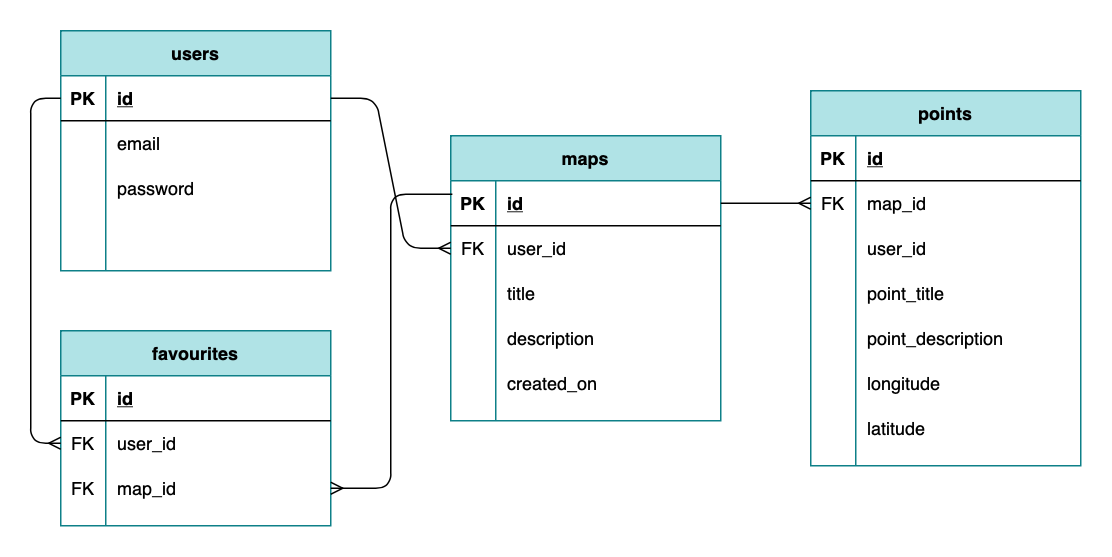
The draw.io diagram plan/wikimap_erd.png in brodybayley/wikimap, before a commit. Source tidied: cells renumbered, new cells last; positions are measured from the earlier drawing's top-left corner, leaving out a move shared by most shapes.
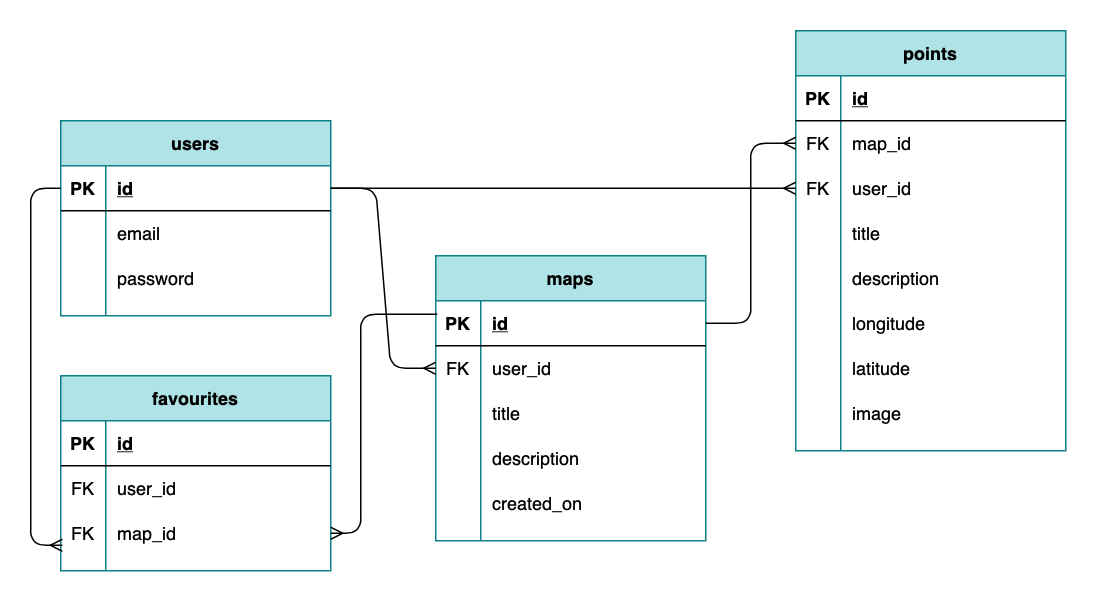
The same file after the commit.

Commit message:
Update erd with image and foreign key

The edit, as a diff of the source:
```diff
@@ -3,10 +3,10 @@
     <mxCell id="0" />
     <mxCell id="1" parent="0" />
     <mxCell id="2" style="rounded=0;whiteSpace=wrap;html=1;strokeColor=none;" parent="1" vertex="1">
-      <mxGeometry width="740" height="370" as="geometry" />
+      <mxGeometry y="-190" width="740" height="400" as="geometry" />
     </mxCell>
     <mxCell id="3" value="users" style="shape=table;startSize=30;rowLines=0;fontStyle=1;align=center;fillColor=#b0e3e6;strokeColor=#0e8088;" parent="1" vertex="1">
-      <mxGeometry x="40" y="20" width="180" height="160" as="geometry" />
+      <mxGeometry x="40" y="-110" width="180" height="130" as="geometry" />
     </mxCell>
     <mxCell id="4" style="shape=partialRectangle;fillColor=none;top=0;left=0;bottom=1;right=0;points=[[0,0.5],[1,0.5]];portConstraint=eastwest;" parent="3" vertex="1">
       <mxGeometry y="30" width="180" height="30" as="geometry" />
@@ -35,17 +35,8 @@
     <mxCell id="12" value="password" style="shape=partialRectangle;fillColor=none;top=0;left=0;bottom=0;right=0;align=left;spacingLeft=6;overflow=hidden;" parent="10" vertex="1">
       <mxGeometry x="30" width="150" height="30" as="geometry" />
     </mxCell>
-    <mxCell id="13" style="shape=partialRectangle;fillColor=none;top=0;left=0;bottom=0;right=0;" parent="3" vertex="1">
-      <mxGeometry y="120" width="180" height="30" as="geometry" />
-    </mxCell>
-    <mxCell id="14" style="shape=partialRectangle;fillColor=none;top=0;left=0;bottom=0;right=0;overflow=hidden;" parent="13" vertex="1">
-      <mxGeometry width="30" height="30" as="geometry" />
-    </mxCell>
-    <mxCell id="15" style="shape=partialRectangle;fillColor=none;top=0;left=0;bottom=0;right=0;align=left;spacingLeft=6;overflow=hidden;" parent="13" vertex="1">
-      <mxGeometry x="30" width="150" height="30" as="geometry" />
-    </mxCell>
     <mxCell id="16" value="maps" style="shape=table;startSize=30;rowLines=0;fontStyle=1;align=center;fillColor=#b0e3e6;strokeColor=#0e8088;" parent="1" vertex="1">
-      <mxGeometry x="300" y="90" width="180" height="190" as="geometry" />
+      <mxGeometry x="290" y="-20" width="180" height="190" as="geometry" />
     </mxCell>
     <mxCell id="17" style="shape=partialRectangle;fillColor=none;top=0;left=0;bottom=1;right=0;points=[[0,0.5],[1,0.5]];portConstraint=eastwest;" parent="16" vertex="1">
       <mxGeometry y="30" width="180" height="30" as="geometry" />
@@ -93,7 +84,7 @@
       <mxGeometry x="30" width="150" height="30" as="geometry" />
     </mxCell>
     <mxCell id="32" value="points" style="shape=table;startSize=30;rowLines=0;fontStyle=1;align=center;fillColor=#b0e3e6;strokeColor=#0e8088;" parent="1" vertex="1">
-      <mxGeometry x="540" y="60" width="180" height="250" as="geometry" />
+      <mxGeometry x="530" y="-170" width="180" height="280" as="geometry" />
     </mxCell>
     <mxCell id="33" style="shape=partialRectangle;fillColor=none;top=0;left=0;bottom=1;right=0;" parent="32" vertex="1">
       <mxGeometry y="30" width="180" height="30" as="geometry" />
@@ -116,7 +107,7 @@
     <mxCell id="39" style="shape=partialRectangle;fillColor=none;top=0;left=0;bottom=0;right=0;points=[[0,0.5],[1,0.5]];portConstraint=eastwest;" parent="32" vertex="1">
       <mxGeometry y="90" width="180" height="30" as="geometry" />
     </mxCell>
-    <mxCell id="40" style="shape=partialRectangle;fillColor=none;top=0;left=0;bottom=0;right=0;overflow=hidden;" parent="39" vertex="1">
+    <mxCell id="40" value="FK" style="shape=partialRectangle;fillColor=none;top=0;left=0;bottom=0;right=0;overflow=hidden;" parent="39" vertex="1">
       <mxGeometry width="30" height="30" as="geometry" />
     </mxCell>
     <mxCell id="41" value="user_id" style="shape=partialRectangle;fillColor=none;top=0;left=0;bottom=0;right=0;align=left;spacingLeft=6;overflow=hidden;" parent="39" vertex="1">
@@ -128,7 +119,7 @@
     <mxCell id="43" style="shape=partialRectangle;fillColor=none;top=0;left=0;bottom=0;right=0;overflow=hidden;" parent="42" vertex="1">
       <mxGeometry width="30" height="30" as="geometry" />
     </mxCell>
-    <mxCell id="44" value="point_title" style="shape=partialRectangle;fillColor=none;top=0;left=0;bottom=0;right=0;align=left;spacingLeft=6;overflow=hidden;" parent="42" vertex="1">
+    <mxCell id="44" value="title" style="shape=partialRectangle;fillColor=none;top=0;left=0;bottom=0;right=0;align=left;spacingLeft=6;overflow=hidden;" parent="42" vertex="1">
       <mxGeometry x="30" width="150" height="30" as="geometry" />
     </mxCell>
     <mxCell id="45" style="shape=partialRectangle;fillColor=none;top=0;left=0;bottom=0;right=0;" parent="32" vertex="1">
@@ -137,7 +128,7 @@
     <mxCell id="46" style="shape=partialRectangle;fillColor=none;top=0;left=0;bottom=0;right=0;overflow=hidden;" parent="45" vertex="1">
       <mxGeometry width="30" height="30" as="geometry" />
     </mxCell>
-    <mxCell id="47" value="point_description" style="shape=partialRectangle;fillColor=none;top=0;left=0;bottom=0;right=0;align=left;spacingLeft=6;overflow=hidden;" parent="45" vertex="1">
+    <mxCell id="47" value="description" style="shape=partialRectangle;fillColor=none;top=0;left=0;bottom=0;right=0;align=left;spacingLeft=6;overflow=hidden;" parent="45" vertex="1">
       <mxGeometry x="30" width="150" height="30" as="geometry" />
     </mxCell>
     <mxCell id="48" style="shape=partialRectangle;fillColor=none;top=0;left=0;bottom=0;right=0;" parent="32" vertex="1">
@@ -158,8 +149,17 @@
     <mxCell id="53" value="latitude" style="shape=partialRectangle;fillColor=none;top=0;left=0;bottom=0;right=0;align=left;spacingLeft=6;overflow=hidden;" parent="51" vertex="1">
       <mxGeometry x="30" width="150" height="30" as="geometry" />
     </mxCell>
+    <mxCell id="68" style="shape=partialRectangle;fillColor=none;top=0;left=0;bottom=0;right=0;" parent="32" vertex="1">
+      <mxGeometry y="240" width="180" height="30" as="geometry" />
+    </mxCell>
+    <mxCell id="14" style="shape=partialRectangle;fillColor=none;top=0;left=0;bottom=0;right=0;overflow=hidden;" parent="68" vertex="1">
+      <mxGeometry width="30" height="30" as="geometry" />
+    </mxCell>
+    <mxCell id="69" value="image" style="shape=partialRectangle;fillColor=none;top=0;left=0;bottom=0;right=0;align=left;spacingLeft=6;overflow=hidden;" parent="68" vertex="1">
+      <mxGeometry x="30" width="150" height="30" as="geometry" />
+    </mxCell>
     <mxCell id="54" value="favourites" style="shape=table;startSize=30;rowLines=0;fontStyle=1;align=center;fillColor=#b0e3e6;strokeColor=#0e8088;" parent="1" vertex="1">
-      <mxGeometry x="40" y="220" width="180" height="130" as="geometry" />
+      <mxGeometry x="40" y="60" width="180" height="130" as="geometry" />
     </mxCell>
     <mxCell id="55" style="shape=partialRectangle;fillColor=none;top=0;left=0;bottom=1;right=0;" parent="54" vertex="1">
       <mxGeometry y="30" width="180" height="30" as="geometry" />
@@ -191,11 +191,11 @@
     <mxCell id="64" style="edgeStyle=entityRelationEdgeStyle;fontSize=12;html=1;endArrow=ERmany;exitX=1;exitY=0.5;exitDx=0;exitDy=0;entryX=0;entryY=0.5;entryDx=0;entryDy=0;" parent="1" edge="1" source="4" target="20">
       <mxGeometry relative="1" as="geometry" />
     </mxCell>
-    <mxCell id="65" style="edgeStyle=orthogonalEdgeStyle;fontSize=12;html=1;endArrow=ERmany;exitX=0;exitY=0.5;exitDx=0;exitDy=0;entryX=0;entryY=0.5;entryDx=0;entryDy=0;" parent="1" edge="1" source="4" target="58">
+    <mxCell id="65" style="edgeStyle=orthogonalEdgeStyle;fontSize=12;html=1;endArrow=ERmany;exitX=0;exitY=0.5;exitDx=0;exitDy=0;entryX=0.006;entryY=0.767;entryDx=0;entryDy=0;entryPerimeter=0;" parent="1" edge="1" source="4" target="61">
       <mxGeometry relative="1" as="geometry">
         <Array as="points">
-          <mxPoint x="20" y="65" />
-          <mxPoint x="20" y="295" />
+          <mxPoint x="20" y="-65" />
+          <mxPoint x="20" y="173" />
         </Array>
       </mxGeometry>
     </mxCell>
@@ -203,7 +203,15 @@
       <mxGeometry relative="1" as="geometry" />
     </mxCell>
     <mxCell id="67" style="edgeStyle=orthogonalEdgeStyle;fontSize=12;html=1;endArrow=ERmany;exitX=0.006;exitY=0.3;exitDx=0;exitDy=0;entryX=1;entryY=0.5;entryDx=0;entryDy=0;exitPerimeter=0;" parent="1" edge="1" source="17" target="61">
-      <mxGeometry relative="1" as="geometry" />
+      <mxGeometry relative="1" as="geometry">
+        <Array as="points">
+          <mxPoint x="240" y="19" />
+          <mxPoint x="240" y="165" />
+        </Array>
+      </mxGeometry>
     </mxCell>
+    <mxCell id="70" style="edgeStyle=orthogonalEdgeStyle;fontSize=12;html=1;endArrow=ERmany;exitX=1;exitY=0.5;exitDx=0;exitDy=0;entryX=0;entryY=0.5;entryDx=0;entryDy=0;curved=1;" parent="1" edge="1" source="4" target="39">
+      <mxGeometry relative="1" as="geometry" />
+    </mxCell>
   </root>
 </mxGraphModel>
```
